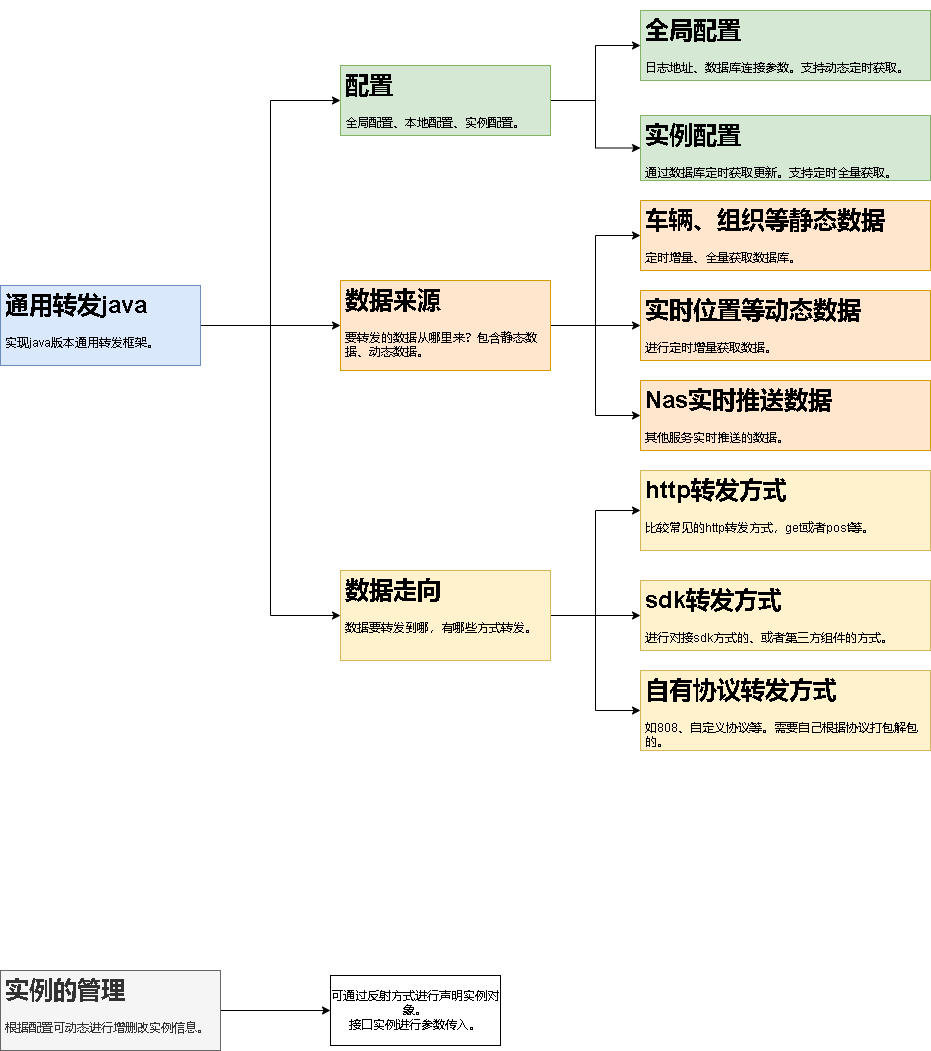
Before: 通用转发java.drawio.png, a diagram exported from draw.io (xktder/draw). Source tidied: cells renumbered, new cells last; positions are measured from the earlier drawing's top-left corner, leaving out a move shared by most shapes.
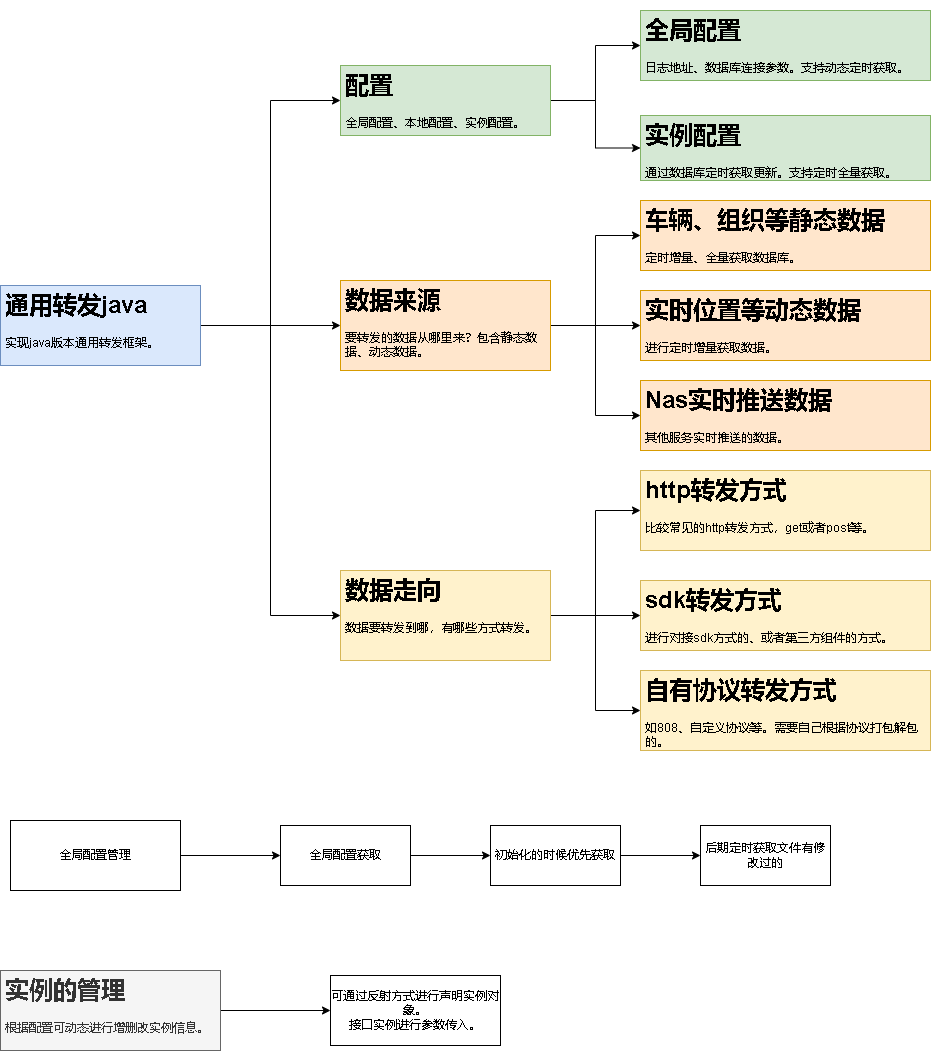
After the change.

Commit message:
更新通用转发java.drawio.png

Change to the diagram source:
```diff
@@ -80,5 +80,26 @@
     <mxCell id="27" value="可通过反射方式进行声明实例对象。&lt;br&gt;接口实例进行参数传入。" style="rounded=0;whiteSpace=wrap;html=1;" parent="1" vertex="1">
       <mxGeometry x="330" y="965" width="170" height="70" as="geometry" />
     </mxCell>
+    <mxCell id="28" style="edgeStyle=orthogonalEdgeStyle;rounded=0;jettySize=auto;html=1;" parent="1" edge="1" source="29" target="31">
+      <mxGeometry relative="1" as="geometry" />
+    </mxCell>
+    <mxCell id="29" value="全局配置获取" style="rounded=0;whiteSpace=wrap;html=1;" parent="1" vertex="1">
+      <mxGeometry x="280" y="815" width="130" height="60" as="geometry" />
+    </mxCell>
+    <mxCell id="30" style="edgeStyle=orthogonalEdgeStyle;rounded=0;jettySize=auto;html=1;" parent="1" edge="1" source="31" target="32">
+      <mxGeometry relative="1" as="geometry" />
+    </mxCell>
+    <mxCell id="31" value="初始化的时候优先获取" style="rounded=0;whiteSpace=wrap;html=1;" parent="1" vertex="1">
+      <mxGeometry x="490" y="815" width="130" height="60" as="geometry" />
+    </mxCell>
+    <mxCell id="32" value="后期定时获取文件有修改过的" style="rounded=0;whiteSpace=wrap;html=1;" parent="1" vertex="1">
+      <mxGeometry x="700" y="815" width="130" height="60" as="geometry" />
+    </mxCell>
+    <mxCell id="33" style="edgeStyle=orthogonalEdgeStyle;rounded=0;jettySize=auto;html=1;entryX=0;entryY=0.5;entryDx=0;entryDy=0;" parent="1" edge="1" source="34" target="29">
+      <mxGeometry relative="1" as="geometry" />
+    </mxCell>
+    <mxCell id="34" value="全局配置管理" style="rounded=0;whiteSpace=wrap;html=1;" parent="1" vertex="1">
+      <mxGeometry x="10" y="810" width="170" height="70" as="geometry" />
+    </mxCell>
   </root>
 </mxGraphModel>
```
